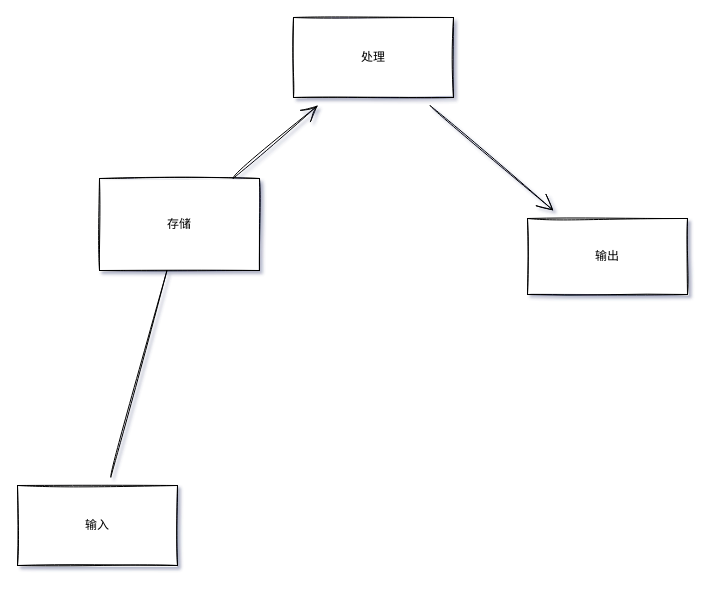
uubfnjcm/OneStep keeps this draw.io diagram as app/Untitled Diagram.drawio. Above is the earlier version. Source tidied: cells renumbered, new cells numbered last; positions are measured from the earlier drawing's top-left corner, leaving out a move shared by most shapes. Both pictures are drawn from the tidied source at 100%, with x=0, y=0 at pixel (17, 17).
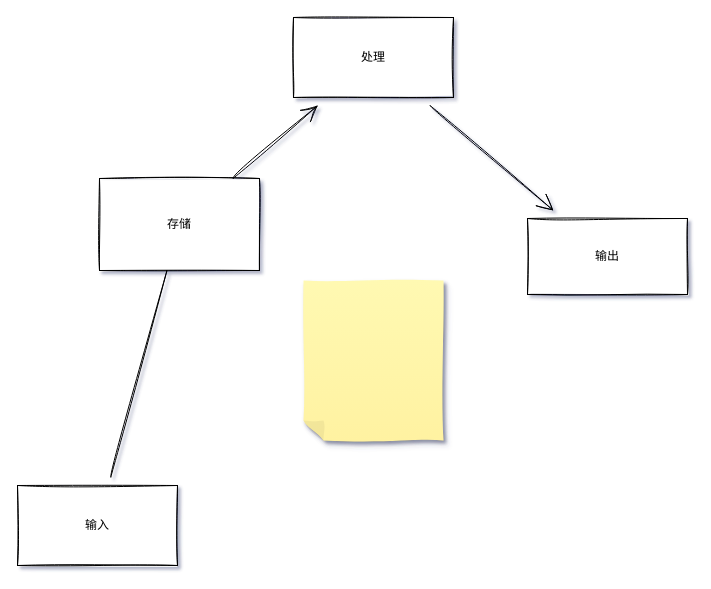
Above is the later version.

Diff of the diagram source:
```diff
@@
 <mxGraphModel shadow="1">
   <root>
     <mxCell id="0" />
     <mxCell id="1" parent="0" />
     <mxCell id="2" style="edgeStyle=none;curved=1;rounded=0;jettySize=auto;html=1;endArrow=open;startSize=14;endSize=14;targetPerimeterSpacing=8;startArrow=none;sketch=1;" parent="1" edge="1" source="7" target="5">
       <mxGeometry relative="1" as="geometry" />
     </mxCell>
     <mxCell id="3" value="输入" style="rounded=0;whiteSpace=wrap;html=1;hachureGap=4;sketch=1;" parent="1" vertex="1">
       <mxGeometry y="468" width="160" height="80" as="geometry" />
     </mxCell>
     <mxCell id="4" style="edgeStyle=none;curved=1;rounded=0;jettySize=auto;html=1;endArrow=open;startSize=14;endSize=14;sourcePerimeterSpacing=8;targetPerimeterSpacing=8;sketch=1;" parent="1" edge="1" source="5" target="6">
       <mxGeometry relative="1" as="geometry" />
     </mxCell>
     <mxCell id="5" value="处理" style="rounded=0;whiteSpace=wrap;html=1;hachureGap=4;sketch=1;" parent="1" vertex="1">
       <mxGeometry x="276" width="160" height="80" as="geometry" />
     </mxCell>
     <mxCell id="6" value="输出" style="rounded=0;whiteSpace=wrap;html=1;hachureGap=4;sketch=1;" parent="1" vertex="1">
       <mxGeometry x="510" y="201" width="160" height="76" as="geometry" />
     </mxCell>
     <mxCell id="7" value="存储" style="rounded=0;whiteSpace=wrap;html=1;hachureGap=4;sketch=1;" parent="1" vertex="1">
       <mxGeometry x="82" y="161" width="160" height="92" as="geometry" />
     </mxCell>
     <mxCell id="8" style="edgeStyle=none;curved=1;rounded=0;jettySize=auto;html=1;endArrow=none;startSize=14;endSize=14;sourcePerimeterSpacing=8;sketch=1;" parent="1" edge="1" source="3" target="7">
       <mxGeometry relative="1" as="geometry" />
     </mxCell>
+    <mxCell id="9" style="shape=note;whiteSpace=wrap;html=1;backgroundOutline=1;fontColor=#000000;darkOpacity=0.05;fillColor=#FFF9B2;strokeColor=none;fillStyle=solid;direction=west;gradientDirection=north;gradientColor=#FFF2A1;shadow=1;size=20;sketch=1;hachureGap=4;fontFamily=Architects Daughter;fontSize=20;" parent="1" vertex="1">
+      <mxGeometry x="286" y="263" width="140" height="160" as="geometry" />
+    </mxCell>
   </root>
 </mxGraphModel>
```
